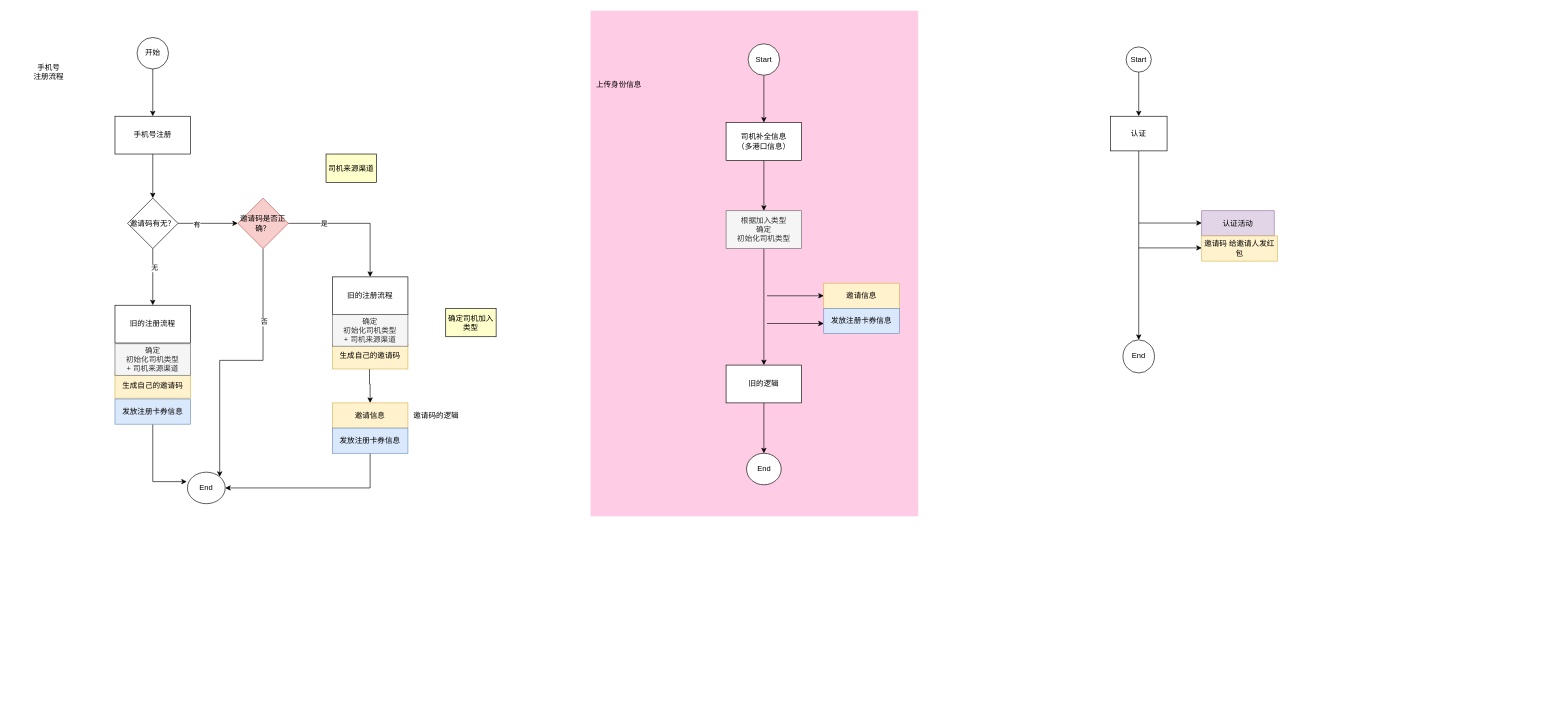
The draw.io diagram 日常迭代/司机推广.drawio in gongyao1992/draw, before the edit. Source tidied: cells renumbered, new cells numbered last; positions are measured from the earlier drawing's top-left corner, leaving out a move shared by most shapes. Both pictures are drawn from the tidied source at 63%, with x=0, y=0 at pixel (11, 11).
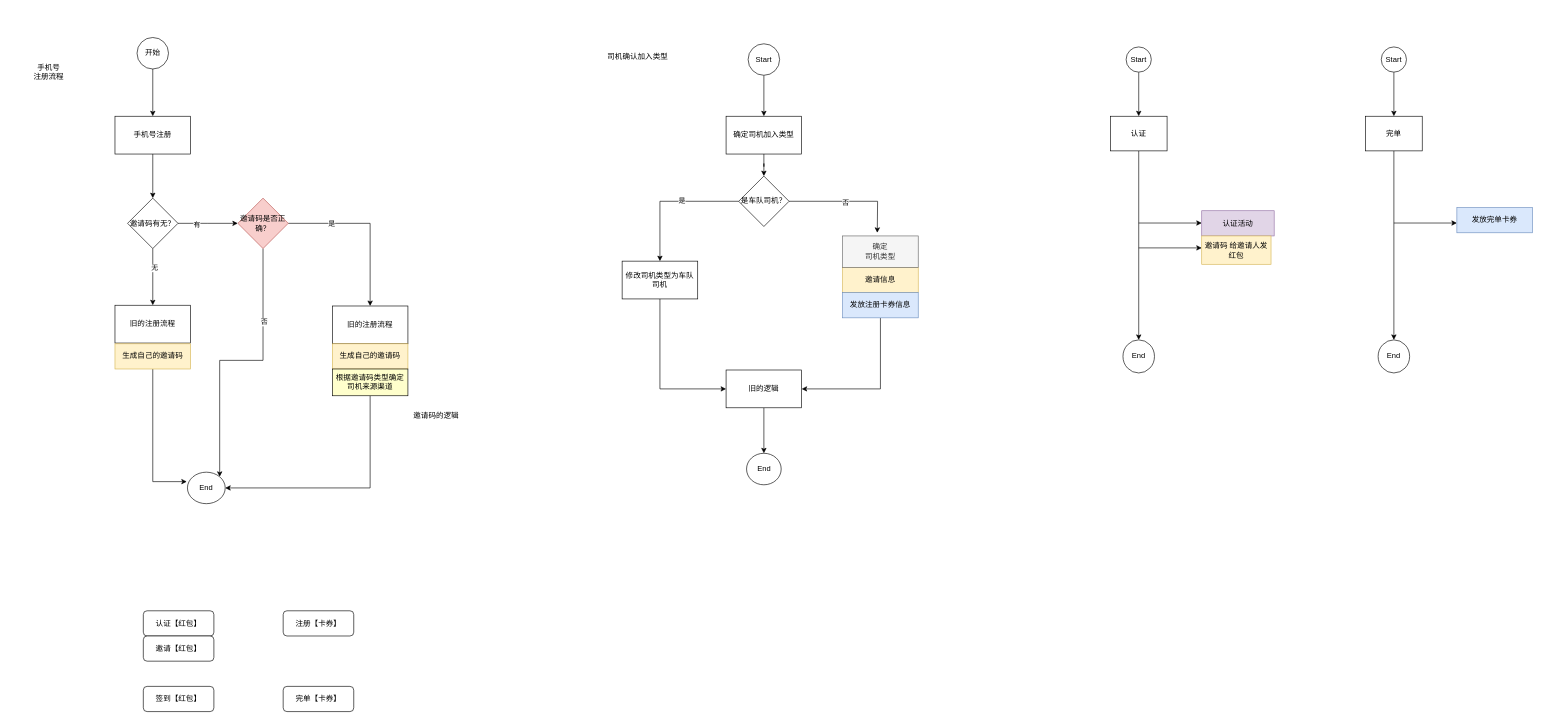
Above is the later version.

Commit message:
更新司机推广.drawio

The change refers to these unchanged cells:
```xml
<mxCell id="18" value="End" style="ellipse;whiteSpace=wrap;html=1;" parent="1" vertex="1">
  <mxGeometry x="280" y="732" width="60" height="50" as="geometry" />
</mxCell>
<mxCell id="37" value="生成自己的邀请码" style="rounded=0;whiteSpace=wrap;html=1;fillColor=#fff2cc;strokeColor=#d6b656;" parent="1" vertex="1">
  <mxGeometry x="510" y="528.2" width="120" height="40" as="geometry" />
</mxCell>
```

Diff of the diagram source:
```diff
@@
-    <mxCell id="2" style="rounded=0;whiteSpace=wrap;html=1;fillColor=#FFCCE6;strokeColor=none;" parent="1" vertex="1">
-      <mxGeometry x="920" y="-0.5" width="520" height="802.5" as="geometry" />
-    </mxCell>
@@
     <mxCell id="19" value="旧的注册流程" style="whiteSpace=wrap;html=1;" parent="1" vertex="1">
-      <mxGeometry x="510" y="422" width="120" height="60" as="geometry" />
+      <mxGeometry x="510" y="468.2" width="120" height="60" as="geometry" />
     </mxCell>
-    <mxCell id="20" style="edgeStyle=orthogonalEdgeStyle;rounded=0;jettySize=auto;html=1;exitX=0.5;exitY=1;exitDx=0;exitDy=0;entryX=1;entryY=0.5;entryDx=0;entryDy=0;" parent="1" edge="1" source="51" target="18">
+    <mxCell id="20" style="edgeStyle=orthogonalEdgeStyle;rounded=0;jettySize=auto;html=1;exitX=0.5;exitY=1;exitDx=0;exitDy=0;entryX=1;entryY=0.5;entryDx=0;entryDy=0;" parent="1" edge="1" source="40" target="18">
       <mxGeometry relative="1" as="geometry" />
     </mxCell>
@@
-    <mxCell id="24" value="上传身份信息" style="text;html=1;strokeColor=none;fillColor=none;align=center;verticalAlign=middle;whiteSpace=wrap;rounded=0;" parent="1" vertex="1">
-      <mxGeometry x="910" y="102" width="110" height="30" as="geometry" />
+    <mxCell id="24" value="司机确认加入类型" style="text;html=1;strokeColor=none;fillColor=none;align=center;verticalAlign=middle;whiteSpace=wrap;rounded=0;" parent="1" vertex="1">
+      <mxGeometry x="940" y="57" width="110" height="30" as="geometry" />
     </mxCell>
-    <mxCell id="25" style="edgeStyle=orthogonalEdgeStyle;rounded=0;jettySize=auto;html=1;" parent="1" edge="1" source="26" target="28">
-      <mxGeometry relative="1" as="geometry" />
-    </mxCell>
+    <mxCell id="57" style="edgeStyle=orthogonalEdgeStyle;rounded=0;jettySize=auto;html=1;" parent="1" edge="1" source="26" target="62">
+      <mxGeometry relative="1" as="geometry" />
+    </mxCell>
-    <mxCell id="26" value="司机补全信息&lt;br&gt;（多港口信息）" style="whiteSpace=wrap;html=1;" parent="1" vertex="1">
-      <mxGeometry x="1135" y="177" width="120" height="60" as="geometry" />
+    <mxCell id="26" value="确定司机加入类型" style="whiteSpace=wrap;html=1;" parent="1" vertex="1">
+      <mxGeometry x="1135" y="167" width="120" height="60" as="geometry" />
     </mxCell>
-    <mxCell id="27" style="edgeStyle=orthogonalEdgeStyle;rounded=0;jettySize=auto;html=1;" parent="1" edge="1" source="28" target="30">
-      <mxGeometry relative="1" as="geometry" />
-    </mxCell>
-    <mxCell id="28" value="根据加入类型&lt;br&gt;确定&lt;br&gt;初始化司机类型" style="whiteSpace=wrap;html=1;fillColor=#f5f5f5;strokeColor=#666666;fontColor=#333333;" parent="1" vertex="1">
-      <mxGeometry x="1135" y="317" width="120" height="60" as="geometry" />
-    </mxCell>
@@
     <mxCell id="30" value="旧的逻辑" style="whiteSpace=wrap;html=1;" parent="1" vertex="1">
-      <mxGeometry x="1135" y="562" width="120" height="60" as="geometry" />
+      <mxGeometry x="1135" y="569.8" width="120" height="60" as="geometry" />
     </mxCell>
-    <mxCell id="31" value="邀请信息" style="rounded=0;whiteSpace=wrap;html=1;fillColor=#fff2cc;strokeColor=#d6b656;" parent="1" vertex="1">
-      <mxGeometry x="1290" y="432" width="120" height="40" as="geometry" />
-    </mxCell>
-    <mxCell id="32" value="发放注册卡券信息" style="rounded=0;whiteSpace=wrap;html=1;fillColor=#dae8fc;strokeColor=#6c8ebf;" parent="1" vertex="1">
-      <mxGeometry x="1290" y="472" width="120" height="40" as="geometry" />
-    </mxCell>
@@
-    <mxCell id="34" style="endArrow=classic;html=1;entryX=0;entryY=0.5;entryDx=0;entryDy=0;" parent="1" edge="1" target="31">
-      <mxGeometry relative="1" as="geometry">
-        <mxPoint x="1200" y="452" as="sourcePoint" />
-      </mxGeometry>
-    </mxCell>
-    <mxCell id="35" style="endArrow=classic;html=1;entryX=0;entryY=0.5;entryDx=0;entryDy=0;" parent="1" edge="1">
-      <mxGeometry relative="1" as="geometry">
-        <mxPoint x="1200" y="496" as="sourcePoint" />
-        <mxPoint x="1290" y="496" as="targetPoint" />
-      </mxGeometry>
-    </mxCell>
-    <mxCell id="36" style="edgeStyle=orthogonalEdgeStyle;rounded=0;jettySize=auto;html=1;exitX=0.5;exitY=1;exitDx=0;exitDy=0;entryX=0.5;entryY=0;entryDx=0;entryDy=0;" parent="1" edge="1" source="37" target="50">
-      <mxGeometry relative="1" as="geometry">
-        <Array as="points">
-          <mxPoint x="569" y="592" />
-          <mxPoint x="570" y="592" />
-        </Array>
-      </mxGeometry>
-    </mxCell>
@@
-    <mxCell id="38" style="edgeStyle=orthogonalEdgeStyle;rounded=0;jettySize=auto;html=1;exitX=0.5;exitY=1;exitDx=0;exitDy=0;entryX=-0.017;entryY=0.3;entryDx=0;entryDy=0;entryPerimeter=0;" parent="1" edge="1" source="53" target="18">
+    <mxCell id="38" style="edgeStyle=orthogonalEdgeStyle;rounded=0;jettySize=auto;html=1;exitX=0.5;exitY=1;exitDx=0;exitDy=0;entryX=-0.017;entryY=0.3;entryDx=0;entryDy=0;entryPerimeter=0;" parent="1" edge="1" source="39" target="18">
       <mxGeometry relative="1" as="geometry" />
     </mxCell>
     <mxCell id="39" value="生成自己的邀请码" style="rounded=0;whiteSpace=wrap;html=1;fillColor=#fff2cc;strokeColor=#d6b656;" parent="1" vertex="1">
-      <mxGeometry x="165" y="574.5" width="120" height="40" as="geometry" />
+      <mxGeometry x="165" y="528.2" width="120" height="40" as="geometry" />
     </mxCell>
-    <mxCell id="40" value="司机来源渠道" style="rounded=0;whiteSpace=wrap;html=1;fillColor=#FFFFCC;" parent="1" vertex="1">
-      <mxGeometry x="500" y="227" width="80" height="45" as="geometry" />
+    <mxCell id="40" value="根据邀请码类型确定&lt;br&gt;司机来源渠道" style="rounded=0;whiteSpace=wrap;html=1;fillColor=#FFFFCC;" parent="1" vertex="1">
+      <mxGeometry x="510" y="568.2" width="120" height="42.5" as="geometry" />
     </mxCell>
@@
     <mxCell id="47" value="邀请码 给邀请人发红包" style="rounded=0;whiteSpace=wrap;html=1;fillColor=#fff2cc;strokeColor=#d6b656;" parent="1" vertex="1">
-      <mxGeometry x="1890" y="357" width="120" height="40" as="geometry" />
+      <mxGeometry x="1890" y="357" width="110" height="45" as="geometry" />
     </mxCell>
@@
+    <mxCell id="55" value="邀请码的逻辑" style="text;html=1;strokeColor=none;fillColor=none;align=center;verticalAlign=middle;whiteSpace=wrap;rounded=0;" parent="1" vertex="1">
+      <mxGeometry x="630" y="629.8" width="90" height="26" as="geometry" />
+    </mxCell>
+    <mxCell id="58" style="edgeStyle=orthogonalEdgeStyle;rounded=0;jettySize=auto;html=1;" parent="1" edge="1" source="62" target="64">
+      <mxGeometry relative="1" as="geometry" />
+    </mxCell>
+    <mxCell id="59" value="是" style="edgeLabel;html=1;align=center;verticalAlign=middle;" parent="58" vertex="1">
+      <mxGeometry x="-0.17" y="-1" relative="1" as="geometry" />
+    </mxCell>
+    <mxCell id="60" style="edgeStyle=orthogonalEdgeStyle;rounded=0;jettySize=auto;html=1;" parent="1" edge="1" source="62">
+      <mxGeometry relative="1" as="geometry">
+        <mxPoint x="1375" y="352" as="targetPoint" />
+      </mxGeometry>
+    </mxCell>
+    <mxCell id="61" value="否" style="edgeLabel;html=1;align=center;verticalAlign=middle;" parent="60" vertex="1">
+      <mxGeometry x="-0.07" y="-1" relative="1" as="geometry" />
+    </mxCell>
+    <mxCell id="62" value="是车队司机？" style="rhombus;whiteSpace=wrap;html=1;" parent="1" vertex="1">
+      <mxGeometry x="1155" y="262" width="80" height="80" as="geometry" />
+    </mxCell>
+    <mxCell id="63" style="edgeStyle=orthogonalEdgeStyle;rounded=0;jettySize=auto;html=1;exitX=0.5;exitY=1;exitDx=0;exitDy=0;entryX=0;entryY=0.5;entryDx=0;entryDy=0;" parent="1" edge="1" source="64" target="30">
+      <mxGeometry relative="1" as="geometry" />
+    </mxCell>
+    <mxCell id="64" value="修改司机类型为车队司机" style="whiteSpace=wrap;html=1;" parent="1" vertex="1">
+      <mxGeometry x="970" y="397" width="120" height="60" as="geometry" />
+    </mxCell>
     <mxCell id="50" value="邀请信息" style="rounded=0;whiteSpace=wrap;html=1;fillColor=#fff2cc;strokeColor=#d6b656;" parent="1" vertex="1">
-      <mxGeometry x="510" y="622" width="120" height="40" as="geometry" />
+      <mxGeometry x="1320" y="407" width="120" height="40" as="geometry" />
     </mxCell>
+    <mxCell id="65" style="edgeStyle=orthogonalEdgeStyle;rounded=0;jettySize=auto;html=1;entryX=1;entryY=0.5;entryDx=0;entryDy=0;exitX=0.5;exitY=1;exitDx=0;exitDy=0;" parent="1" edge="1" source="51" target="30">
+      <mxGeometry relative="1" as="geometry" />
+    </mxCell>
     <mxCell id="51" value="发放注册卡券信息" style="rounded=0;whiteSpace=wrap;html=1;fillColor=#dae8fc;strokeColor=#6c8ebf;" parent="1" vertex="1">
-      <mxGeometry x="510" y="662" width="120" height="40" as="geometry" />
+      <mxGeometry x="1320" y="447" width="120" height="40" as="geometry" />
     </mxCell>
-    <mxCell id="52" value="确定&lt;br&gt;初始化司机类型&lt;br&gt;+ 司机来源渠道" style="whiteSpace=wrap;html=1;fillColor=#f5f5f5;strokeColor=#666666;fontColor=#333333;" parent="1" vertex="1">
-      <mxGeometry x="510" y="482" width="120" height="50" as="geometry" />
+    <mxCell id="52" value="确定&lt;br&gt;司机类型" style="whiteSpace=wrap;html=1;fillColor=#f5f5f5;strokeColor=#666666;fontColor=#333333;" parent="1" vertex="1">
+      <mxGeometry x="1320" y="357" width="120" height="50" as="geometry" />
     </mxCell>
-    <mxCell id="53" value="发放注册卡券信息" style="rounded=0;whiteSpace=wrap;html=1;fillColor=#dae8fc;strokeColor=#6c8ebf;" parent="1" vertex="1">
-      <mxGeometry x="165" y="615.8" width="120" height="40" as="geometry" />
-    </mxCell>
-    <mxCell id="54" value="确定&lt;br&gt;初始化司机类型&lt;br&gt;+ 司机来源渠道" style="whiteSpace=wrap;html=1;fillColor=#f5f5f5;strokeColor=#666666;fontColor=#333333;" parent="1" vertex="1">
-      <mxGeometry x="165" y="528.2" width="120" height="50" as="geometry" />
-    </mxCell>
-    <mxCell id="55" value="邀请码的逻辑" style="text;html=1;strokeColor=none;fillColor=none;align=center;verticalAlign=middle;whiteSpace=wrap;rounded=0;" parent="1" vertex="1">
-      <mxGeometry x="630" y="629.8" width="90" height="26" as="geometry" />
-    </mxCell>
-    <mxCell id="56" value="确定司机加入类型" style="rounded=0;whiteSpace=wrap;html=1;fillColor=#FFFFCC;" parent="1" vertex="1">
-      <mxGeometry x="690" y="472" width="80" height="45" as="geometry" />
-    </mxCell>
+    <mxCell id="66" style="edgeStyle=orthogonalEdgeStyle;rounded=0;jettySize=auto;html=1;" parent="1" edge="1" source="67" target="69">
+      <mxGeometry relative="1" as="geometry" />
+    </mxCell>
+    <mxCell id="67" value="Start" style="ellipse;whiteSpace=wrap;html=1;" parent="1" vertex="1">
+      <mxGeometry x="2175" y="57" width="40" height="40" as="geometry" />
+    </mxCell>
+    <mxCell id="68" style="edgeStyle=orthogonalEdgeStyle;rounded=0;jettySize=auto;html=1;" parent="1" edge="1" source="69" target="70">
+      <mxGeometry relative="1" as="geometry" />
+    </mxCell>
+    <mxCell id="69" value="完单" style="whiteSpace=wrap;html=1;" parent="1" vertex="1">
+      <mxGeometry x="2150" y="167" width="90" height="55" as="geometry" />
+    </mxCell>
+    <mxCell id="70" value="End" style="ellipse;whiteSpace=wrap;html=1;" parent="1" vertex="1">
+      <mxGeometry x="2170" y="522" width="50" height="52.5" as="geometry" />
+    </mxCell>
+    <mxCell id="71" style="endArrow=classic;html=1;" parent="1" edge="1">
+      <mxGeometry relative="1" as="geometry">
+        <mxPoint x="2195" y="336.5" as="sourcePoint" />
+        <mxPoint x="2295" y="336.5" as="targetPoint" />
+      </mxGeometry>
+    </mxCell>
+    <mxCell id="72" value="发放完单卡券" style="rounded=0;whiteSpace=wrap;html=1;fillColor=#dae8fc;strokeColor=#6c8ebf;" parent="1" vertex="1">
+      <mxGeometry x="2295" y="312" width="120" height="40" as="geometry" />
+    </mxCell>
+    <mxCell id="73" value="认证【红包】" style="rounded=1;whiteSpace=wrap;html=1;" parent="1" vertex="1">
+      <mxGeometry x="210" y="952" width="112" height="40" as="geometry" />
+    </mxCell>
+    <mxCell id="74" value="邀请【红包】" style="rounded=1;whiteSpace=wrap;html=1;" parent="1" vertex="1">
+      <mxGeometry x="210" y="992" width="112" height="40" as="geometry" />
+    </mxCell>
+    <mxCell id="75" value="签到【红包】" style="rounded=1;whiteSpace=wrap;html=1;" parent="1" vertex="1">
+      <mxGeometry x="210" y="1072" width="112" height="40" as="geometry" />
+    </mxCell>
+    <mxCell id="76" value="注册【卡券】" style="rounded=1;whiteSpace=wrap;html=1;" parent="1" vertex="1">
+      <mxGeometry x="432" y="952" width="112" height="40" as="geometry" />
+    </mxCell>
+    <mxCell id="77" value="完单【卡券】" style="rounded=1;whiteSpace=wrap;html=1;" parent="1" vertex="1">
+      <mxGeometry x="432" y="1072" width="112" height="40" as="geometry" />
+    </mxCell>
```
